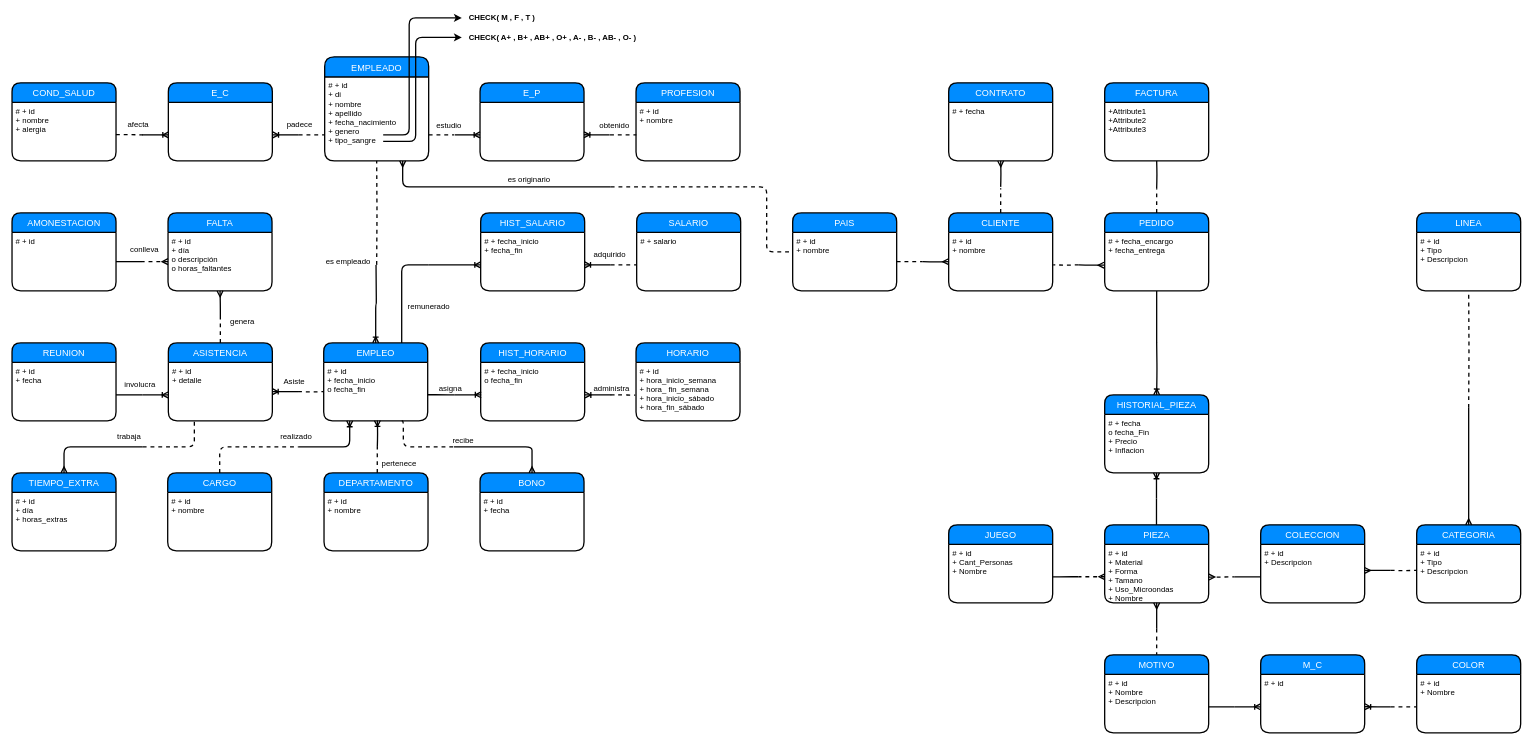
The draw.io diagram Documentos/Rubrica1/MER.drawio in gctv01/BD1Project2019, before the edit. Source tidied: cells renumbered, new cells numbered last; positions are measured from the earlier drawing's top-left corner, leaving out a move shared by most shapes. Both pictures are drawn from the tidied source at 65%, with x=0, y=0 at pixel (12, 11).
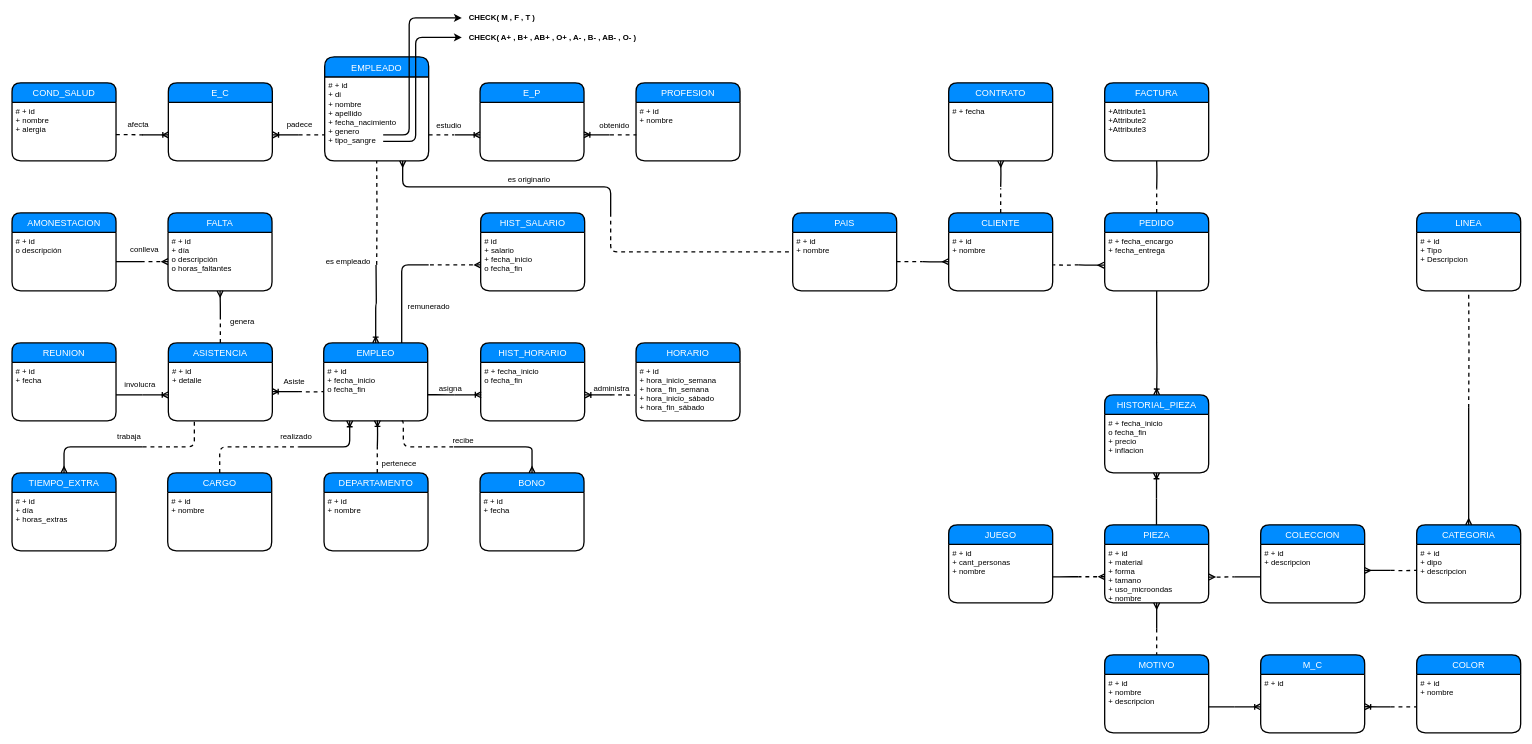
The same page after the edit.

Commit message (it also covers changes not shown here):
coloque el logico por pagina de negocio y un cabio en el MER

The change refers to these unchanged cells:
```xml
<mxCell id="3" value="# + id&#10;+ di &#10;+ nombre&#10;+ apellido&#10;+ fecha_nacimiento&#10;+ genero&#10;+ tipo_sangre&#10;" style="align=left;strokeColor=none;fillColor=none;spacingLeft=4;fontSize=12;verticalAlign=top;comic=0;" parent="2" vertex="1">
  <mxGeometry y="31" width="160" height="129" as="geometry" />
</mxCell>
<mxCell id="23" value="AMONESTACION" style="swimlane;horizontal=1;startSize=30;fillColor=#008cff;fontColor=#FFFFFF;rounded=1;fontSize=14;fontStyle=0;strokeWidth=2;shadow=0;dashed=0;align=center;" parent="1" vertex="1">
  <mxGeometry y="310" width="160" height="120" as="geometry" />
</mxCell>
<mxCell id="44" value="PAIS" style="swimlane;horizontal=1;startSize=30;fillColor=#008cff;fontColor=#FFFFFF;rounded=1;fontSize=14;fontStyle=0;strokeWidth=2;shadow=0;dashed=0;align=center;" parent="1" vertex="1">
  <mxGeometry x="1201" y="310" width="160" height="120" as="geometry" />
</mxCell>
<mxCell id="50" value="COLECCION" style="swimlane;horizontal=1;startSize=30;fillColor=#008cff;fontColor=#FFFFFF;rounded=1;fontSize=14;fontStyle=0;strokeWidth=2;shadow=0;dashed=0;align=center;" parent="1" vertex="1">
  <mxGeometry x="1921" y="790" width="160" height="120" as="geometry" />
</mxCell>
<mxCell id="52" value="PIEZA" style="swimlane;horizontal=1;startSize=30;fillColor=#008cff;fontColor=#FFFFFF;rounded=1;fontSize=14;fontStyle=0;strokeWidth=2;shadow=0;dashed=0;align=center;" parent="1" vertex="1">
  <mxGeometry x="1681" y="790" width="160" height="120" as="geometry" />
</mxCell>
<mxCell id="54" value="CATEGORIA" style="swimlane;horizontal=1;startSize=30;fillColor=#008cff;fontColor=#FFFFFF;rounded=1;fontSize=14;fontStyle=0;strokeWidth=2;shadow=0;dashed=0;align=center;" parent="1" vertex="1">
  <mxGeometry x="2161" y="790" width="160" height="120" as="geometry" />
</mxCell>
<mxCell id="56" value="JUEGO" style="swimlane;horizontal=1;startSize=30;fillColor=#008cff;fontColor=#FFFFFF;rounded=1;fontSize=14;fontStyle=0;strokeWidth=2;shadow=0;dashed=0;align=center;" parent="1" vertex="1">
  <mxGeometry x="1441" y="790" width="160" height="120" as="geometry" />
</mxCell>
<mxCell id="74" value="HISTORIAL_PIEZA" style="swimlane;horizontal=1;startSize=30;fillColor=#008cff;fontColor=#FFFFFF;rounded=1;fontSize=14;fontStyle=0;strokeWidth=2;shadow=0;dashed=0;align=center;" parent="1" vertex="1">
  <mxGeometry x="1681" y="590" width="160" height="120" as="geometry" />
</mxCell>
<mxCell id="78" value="MOTIVO" style="swimlane;horizontal=1;startSize=30;fillColor=#008cff;fontColor=#FFFFFF;rounded=1;fontSize=14;fontStyle=0;strokeWidth=2;shadow=0;dashed=0;align=center;" parent="1" vertex="1">
  <mxGeometry x="1681" y="990" width="160" height="120" as="geometry" />
</mxCell>
<mxCell id="85" value="COLOR" style="swimlane;horizontal=1;startSize=30;fillColor=#008cff;fontColor=#FFFFFF;rounded=1;fontSize=14;fontStyle=0;strokeWidth=2;shadow=0;dashed=0;align=center;" parent="1" vertex="1">
  <mxGeometry x="2161" y="990" width="160" height="120" as="geometry" />
</mxCell>
<mxCell id="120" value="HIST_SALARIO" style="swimlane;horizontal=1;startSize=30;fillColor=#008cff;fontColor=#FFFFFF;rounded=1;fontSize=14;fontStyle=0;strokeWidth=2;shadow=0;dashed=0;align=center;" parent="1" vertex="1">
  <mxGeometry x="721" y="310" width="160" height="120" as="geometry" />
</mxCell>
```

Diff of the diagram source:
```diff
@@
-    <mxCell id="24" value="# + id" style="align=left;strokeColor=none;fillColor=none;spacingLeft=4;fontSize=12;verticalAlign=top;" parent="23" vertex="1">
+    <mxCell id="24" value="# + id&#10;o descripción &#10;" style="align=left;strokeColor=none;fillColor=none;spacingLeft=4;fontSize=12;verticalAlign=top;" parent="23" vertex="1">
       <mxGeometry y="30" width="160" height="90" as="geometry" />
     </mxCell>
@@
-    <mxCell id="51" value="# + id&#10;+ Descripcion" style="align=left;strokeColor=none;fillColor=none;spacingLeft=4;fontSize=12;verticalAlign=top;" parent="50" vertex="1">
+    <mxCell id="51" value="# + id&#10;+ descripcion" style="align=left;strokeColor=none;fillColor=none;spacingLeft=4;fontSize=12;verticalAlign=top;" parent="50" vertex="1">
       <mxGeometry y="30" width="160" height="90" as="geometry" />
     </mxCell>
@@
-    <mxCell id="53" value="# + id&#10;+ Material&#10;+ Forma&#10;+ Tamano&#10;+ Uso_Microondas&#10;+ Nombre&#10;" style="align=left;strokeColor=none;fillColor=none;spacingLeft=4;fontSize=12;verticalAlign=top;" parent="52" vertex="1">
+    <mxCell id="53" value="# + id&#10;+ material&#10;+ forma&#10;+ tamano&#10;+ uso_microondas&#10;+ nombre&#10;" style="align=left;strokeColor=none;fillColor=none;spacingLeft=4;fontSize=12;verticalAlign=top;" parent="52" vertex="1">
       <mxGeometry y="30" width="160" height="90" as="geometry" />
     </mxCell>
@@
-    <mxCell id="55" value="# + id&#10;+ Tipo&#10;+ Descripcion" style="align=left;strokeColor=none;fillColor=none;spacingLeft=4;fontSize=12;verticalAlign=top;" parent="54" vertex="1">
+    <mxCell id="55" value="# + id&#10;+ dipo&#10;+ descripcion" style="align=left;strokeColor=none;fillColor=none;spacingLeft=4;fontSize=12;verticalAlign=top;" parent="54" vertex="1">
       <mxGeometry y="30" width="160" height="90" as="geometry" />
     </mxCell>
@@
-    <mxCell id="57" value="# + id&#10;+ Cant_Personas&#10;+ Nombre" style="align=left;strokeColor=none;fillColor=none;spacingLeft=4;fontSize=12;verticalAlign=top;" parent="56" vertex="1">
+    <mxCell id="57" value="# + id&#10;+ cant_personas&#10;+ nombre" style="align=left;strokeColor=none;fillColor=none;spacingLeft=4;fontSize=12;verticalAlign=top;" parent="56" vertex="1">
       <mxGeometry y="30" width="160" height="90" as="geometry" />
     </mxCell>
@@
-    <mxCell id="75" value="# + fecha&#10;o fecha_Fin&#10;+ Precio&#10;+ Inflacion&#10;" style="align=left;strokeColor=none;fillColor=none;spacingLeft=4;fontSize=12;verticalAlign=top;" parent="74" vertex="1">
+    <mxCell id="75" value="# + fecha_inicio&#10;o fecha_fin&#10;+ precio&#10;+ inflacion&#10;" style="align=left;strokeColor=none;fillColor=none;spacingLeft=4;fontSize=12;verticalAlign=top;" parent="74" vertex="1">
       <mxGeometry y="30" width="160" height="90" as="geometry" />
     </mxCell>
@@
-    <mxCell id="79" value="# + id&#10;+ Nombre&#10;+ Descripcion" style="align=left;strokeColor=none;fillColor=none;spacingLeft=4;fontSize=12;verticalAlign=top;" parent="78" vertex="1">
+    <mxCell id="79" value="# + id&#10;+ nombre&#10;+ descripcion" style="align=left;strokeColor=none;fillColor=none;spacingLeft=4;fontSize=12;verticalAlign=top;" parent="78" vertex="1">
       <mxGeometry y="30" width="160" height="90" as="geometry" />
     </mxCell>
@@
-    <mxCell id="86" value="# + id&#10;+ Nombre&#10;&#10;" style="align=left;strokeColor=none;fillColor=none;spacingLeft=4;fontSize=12;verticalAlign=top;" parent="85" vertex="1">
+    <mxCell id="86" value="# + id&#10;+ nombre&#10;&#10;" style="align=left;strokeColor=none;fillColor=none;spacingLeft=4;fontSize=12;verticalAlign=top;" parent="85" vertex="1">
       <mxGeometry y="30" width="160" height="90" as="geometry" />
     </mxCell>
@@
     <mxCell id="110" style="edgeStyle=orthogonalEdgeStyle;fontSize=12;html=1;endArrow=none;startArrow=none;dashed=1;strokeWidth=2;elbow=vertical;entryX=0;entryY=0.5;entryDx=0;entryDy=0;endFill=0;startFill=0;" parent="1" edge="1" target="44">
       <mxGeometry relative="1" as="geometry">
-        <mxPoint x="921" y="270" as="sourcePoint" />
+        <mxPoint x="921" y="310" as="sourcePoint" />
         <Array as="points">
-          <mxPoint x="1161" y="270" />
-          <mxPoint x="1161" y="370" />
+          <mxPoint x="921" y="370" />
         </Array>
       </mxGeometry>
     </mxCell>
@@
     <mxCell id="116" style="edgeStyle=orthogonalEdgeStyle;fontSize=12;html=1;endArrow=ERmany;startArrow=none;strokeWidth=2;entryX=0.75;entryY=1;entryDx=0;entryDy=0;endFill=0;startFill=0;" parent="1" edge="1" target="3">
       <mxGeometry relative="1" as="geometry">
-        <mxPoint x="921" y="270" as="sourcePoint" />
+        <mxPoint x="921" y="310" as="sourcePoint" />
         <Array as="points">
           <mxPoint x="601" y="270" />
         </Array>
       </mxGeometry>
     </mxCell>
@@
-    <mxCell id="121" value="# + fecha_inicio&#10;+ fecha_fin&#10;" style="align=left;strokeColor=none;fillColor=none;spacingLeft=4;fontSize=12;verticalAlign=top;" parent="120" vertex="1">
+    <mxCell id="121" value="# id&#10;+ salario &#10;+ fecha_inicio&#10;o fecha_fin&#10;" style="align=left;strokeColor=none;fillColor=none;spacingLeft=4;fontSize=12;verticalAlign=top;" parent="120" vertex="1">
       <mxGeometry y="30" width="160" height="90" as="geometry" />
     </mxCell>
-    <mxCell id="122" value="SALARIO" style="swimlane;horizontal=1;startSize=30;fillColor=#008cff;fontColor=#FFFFFF;rounded=1;fontSize=14;fontStyle=0;strokeWidth=2;shadow=0;dashed=0;align=center;" parent="1" vertex="1">
-      <mxGeometry x="961" y="310" width="160" height="120" as="geometry" />
-    </mxCell>
-    <mxCell id="123" value="# + salario" style="align=left;strokeColor=none;fillColor=none;spacingLeft=4;fontSize=12;verticalAlign=top;" parent="122" vertex="1">
-      <mxGeometry y="30" width="160" height="90" as="geometry" />
-    </mxCell>
@@
-    <mxCell id="127" style="edgeStyle=orthogonalEdgeStyle;fontSize=12;html=1;endArrow=none;startArrow=ERoneToMany;strokeWidth=2;startFill=0;endFill=0;" parent="1" edge="1">
+    <mxCell id="127" style="edgeStyle=orthogonalEdgeStyle;fontSize=12;html=1;endArrow=none;startArrow=ERmany;strokeWidth=2;startFill=0;endFill=0;dashed=1;" parent="1" edge="1">
       <mxGeometry relative="1" as="geometry">
         <mxPoint x="721" y="390" as="sourcePoint" />
         <mxPoint x="641" y="390" as="targetPoint" />
         <Array as="points">
           <mxPoint x="721" y="390" />
         </Array>
       </mxGeometry>
     </mxCell>
-    <mxCell id="128" style="edgeStyle=orthogonalEdgeStyle;fontSize=12;html=1;endArrow=none;startArrow=none;strokeWidth=2;endFill=0;startFill=0;dashed=1;entryX=-0.005;entryY=0.556;entryDx=0;entryDy=0;entryPerimeter=0;" parent="1" edge="1" target="123">
-      <mxGeometry relative="1" as="geometry">
-        <mxPoint x="921" y="390" as="sourcePoint" />
-        <Array as="points">
-          <mxPoint x="921" y="390" />
-          <mxPoint x="921" y="390" />
-        </Array>
-      </mxGeometry>
-    </mxCell>
-    <mxCell id="129" style="edgeStyle=orthogonalEdgeStyle;fontSize=12;html=1;endArrow=none;startArrow=ERoneToMany;strokeWidth=2;startFill=0;endFill=0;" parent="1" edge="1">
-      <mxGeometry relative="1" as="geometry">
-        <mxPoint x="881" y="390" as="sourcePoint" />
-        <mxPoint x="921" y="390" as="targetPoint" />
-      </mxGeometry>
-    </mxCell>
@@
-    <mxCell id="135" value="adquirido" style="text;html=1;align=left;verticalAlign=top;spacingTop=-4;" parent="1" vertex="1">
-      <mxGeometry x="893" y="365" width="60" height="20" as="geometry" />
-    </mxCell>
```
